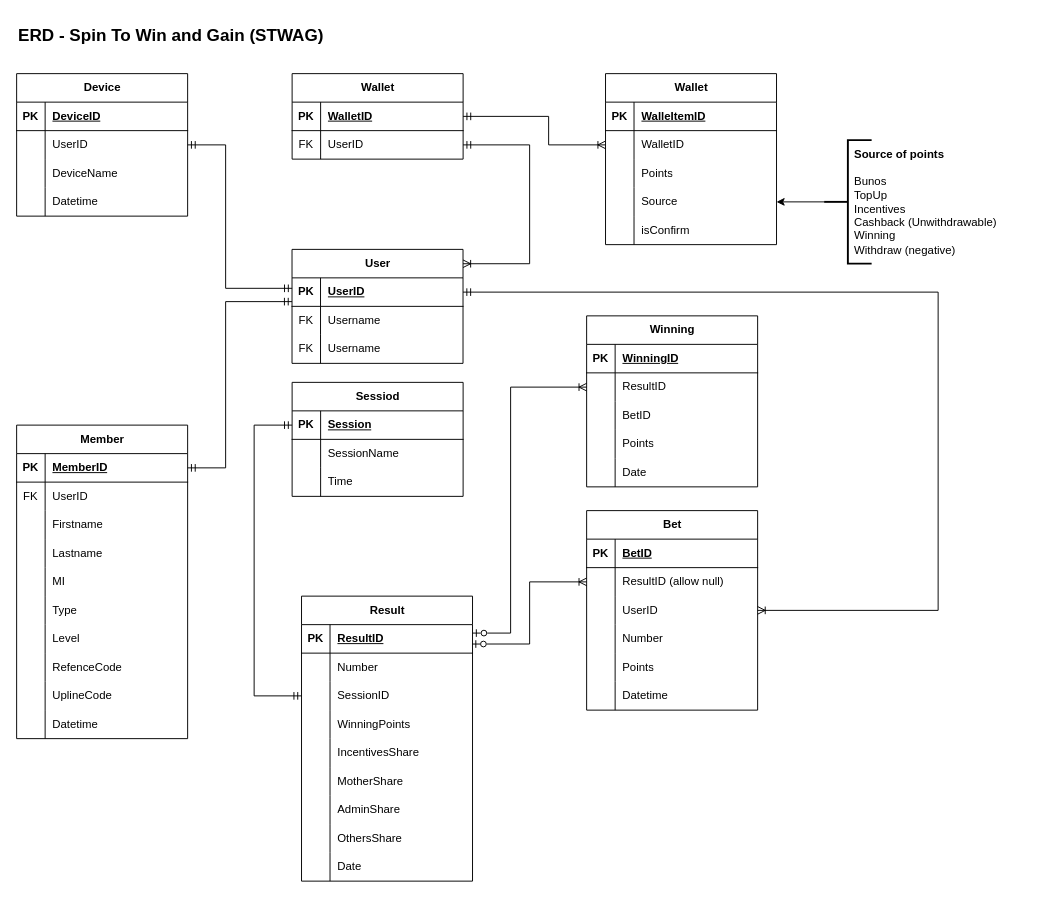
The draw.io diagram STWAG.drawio in ediangca/STWAG, before the edit. Source tidied: cells renumbered, new cells numbered last; positions are measured from the earlier drawing's top-left corner, leaving out a move shared by most shapes. Both pictures are drawn from the tidied source at 95%, with x=0, y=0 at pixel (16, 16).
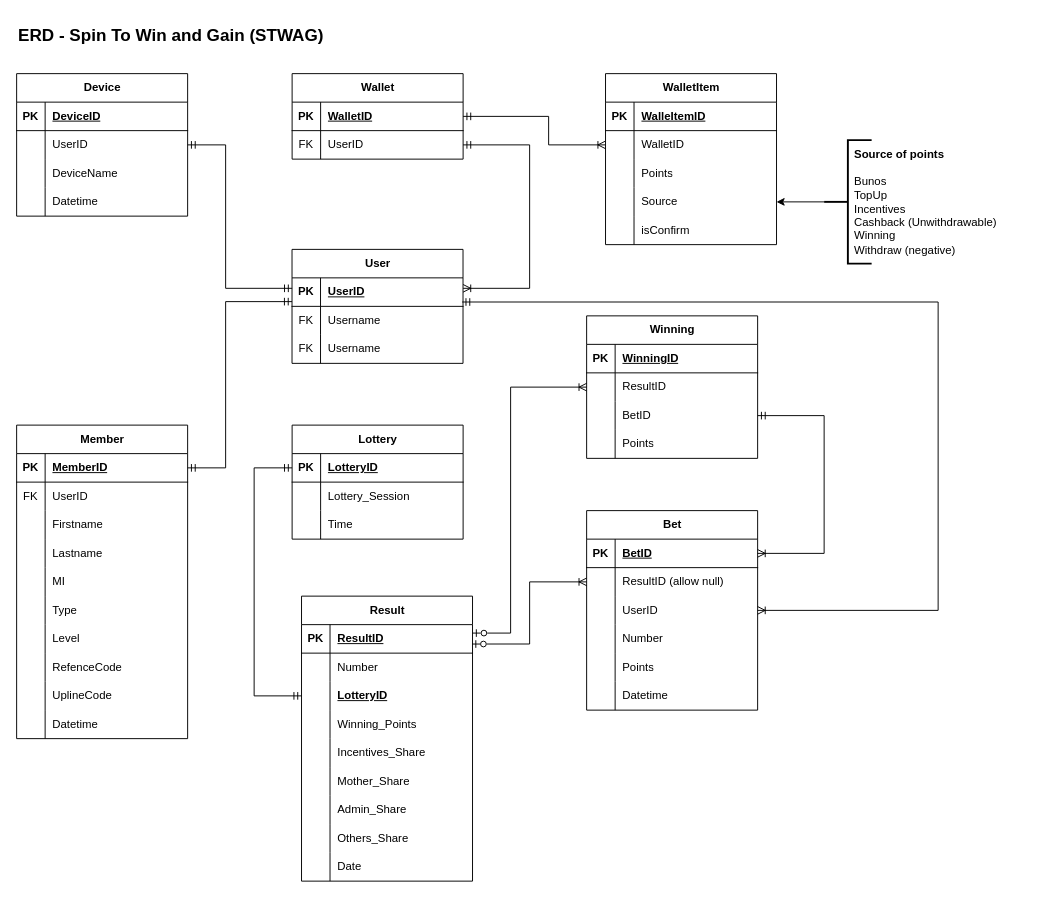
Above is the later version.

The change refers to these unchanged cells:
```xml
<mxCell id="18" value="User" style="shape=table;startSize=30;childLayout=tableLayout;rowLines=0;fontStyle=1;align=center;html=1;" parent="1" vertex="1">
  <mxGeometry x="289.9" y="245" width="180" height="120" as="geometry" />
</mxCell>
<mxCell id="19" style="shape=tableRow;horizontal=0;startSize=0;swimlaneHead=0;swimlaneBody=0;fillColor=none;points=[[0,0.5],[1,0.5]];portConstraint=eastwest;top=0;left=0;right=0;bottom=1;" parent="18" vertex="1">
  <mxGeometry y="30" width="180" height="30" as="geometry" />
</mxCell>
<mxCell id="34" style="shape=tableRow;horizontal=0;startSize=0;swimlaneHead=0;swimlaneBody=0;fillColor=none;points=[[0,0.5],[1,0.5]];portConstraint=eastwest;top=0;left=0;right=0;bottom=0;" parent="30" vertex="1">
  <mxGeometry y="60" width="180" height="30" as="geometry" />
</mxCell>
<mxCell id="94" style="shape=tableRow;horizontal=0;startSize=0;swimlaneHead=0;swimlaneBody=0;fillColor=none;points=[[0,0.5],[1,0.5]];portConstraint=eastwest;top=0;left=0;right=0;bottom=0;" parent="87" vertex="1">
  <mxGeometry y="90" width="180" height="30" as="geometry" />
</mxCell>
<mxCell id="97" style="shape=tableRow;horizontal=0;startSize=0;swimlaneHead=0;swimlaneBody=0;fillColor=none;top=0;left=0;right=0;bottom=0;" parent="87" vertex="1">
  <mxGeometry y="120" width="180" height="30" as="geometry" />
</mxCell>
<mxCell id="100" style="shape=tableRow;horizontal=0;startSize=0;swimlaneHead=0;swimlaneBody=0;fillColor=none;top=0;left=0;right=0;bottom=0;" parent="87" vertex="1">
  <mxGeometry y="150" width="180" height="30" as="geometry" />
</mxCell>
<mxCell id="103" style="shape=tableRow;horizontal=0;startSize=0;swimlaneHead=0;swimlaneBody=0;fillColor=none;top=0;left=0;right=0;bottom=0;" parent="87" vertex="1">
  <mxGeometry y="180" width="180" height="30" as="geometry" />
</mxCell>
<mxCell id="106" style="shape=tableRow;horizontal=0;startSize=0;swimlaneHead=0;swimlaneBody=0;fillColor=none;top=0;left=0;right=0;bottom=0;" parent="87" vertex="1">
  <mxGeometry y="210" width="180" height="30" as="geometry" />
</mxCell>
<mxCell id="109" style="shape=tableRow;horizontal=0;startSize=0;swimlaneHead=0;swimlaneBody=0;fillColor=none;top=0;left=0;right=0;bottom=0;" parent="87" vertex="1">
  <mxGeometry y="240" width="180" height="30" as="geometry" />
</mxCell>
<mxCell id="116" style="shape=tableRow;horizontal=0;startSize=0;swimlaneHead=0;swimlaneBody=0;fillColor=none;points=[[0,0.5],[1,0.5]];portConstraint=eastwest;top=0;left=0;right=0;bottom=1;" parent="115" vertex="1">
  <mxGeometry y="30" width="180" height="30" as="geometry" />
</mxCell>
<mxCell id="119" style="shape=tableRow;horizontal=0;startSize=0;swimlaneHead=0;swimlaneBody=0;fillColor=none;top=0;left=0;right=0;bottom=0;" parent="115" vertex="1">
  <mxGeometry y="60" width="180" height="30" as="geometry" />
</mxCell>
<mxCell id="144" style="shape=tableRow;horizontal=0;startSize=0;swimlaneHead=0;swimlaneBody=0;fillColor=none;points=[[0,0.5],[1,0.5]];portConstraint=eastwest;top=0;left=0;right=0;bottom=1;" parent="143" vertex="1">
  <mxGeometry y="30" width="180" height="30" as="geometry" />
</mxCell>
<mxCell id="150" style="shape=tableRow;horizontal=0;startSize=0;swimlaneHead=0;swimlaneBody=0;fillColor=none;points=[[0,0.5],[1,0.5]];portConstraint=eastwest;top=0;left=0;right=0;bottom=0;" parent="143" vertex="1">
  <mxGeometry y="90" width="180" height="30" as="geometry" />
</mxCell>
```

Diff of the diagram source:
```diff
@@
-    <mxCell id="2" value="Wallet" style="shape=table;startSize=30;childLayout=tableLayout;rowLines=0;fontStyle=1;align=center;html=1;" parent="1" vertex="1">
+    <mxCell id="2" value="WalletItem" style="shape=table;startSize=30;childLayout=tableLayout;rowLines=0;fontStyle=1;align=center;html=1;" parent="1" vertex="1">
       <mxGeometry x="619.9" y="60" width="180" height="180" as="geometry" />
     </mxCell>
@@
-    <mxCell id="37" style="edgeStyle=orthogonalEdgeStyle;fontSize=12;html=1;endArrow=ERoneToMany;startArrow=ERmandOne;rounded=0;fontFamily=Helvetica;fontColor=default;fontStyle=1;exitX=1;exitY=0.5;exitDx=0;exitDy=0;entryX=1;entryY=0.126;entryDx=0;entryDy=0;endFill=0;startFill=0;entryPerimeter=0;" parent="1" edge="1" source="34" target="18">
+    <mxCell id="37" style="edgeStyle=orthogonalEdgeStyle;fontSize=12;html=1;endArrow=ERoneToMany;startArrow=ERmandOne;rounded=0;fontFamily=Helvetica;fontColor=default;fontStyle=1;exitX=1;exitY=0.5;exitDx=0;exitDy=0;endFill=0;startFill=0;" parent="1" edge="1" source="34">
       <mxGeometry relative="1" as="geometry">
+        <mxPoint x="470" y="286" as="targetPoint" />
         <Array as="points">
           <mxPoint x="540" y="135" />
-          <mxPoint x="540" y="260" />
+          <mxPoint x="540" y="286" />
         </Array>
       </mxGeometry>
     </mxCell>
@@
-    <mxCell id="96" value="SessionID" style="shape=partialRectangle;fillColor=none;top=0;left=0;bottom=0;right=0;align=left;spacingLeft=6;overflow=hidden;whiteSpace=wrap;html=1;" parent="94" vertex="1">
+    <mxCell id="96" value="&lt;span style=&quot;font-weight: 700; text-decoration-line: underline;&quot;&gt;LotteryID&lt;/span&gt;" style="shape=partialRectangle;fillColor=none;top=0;left=0;bottom=0;right=0;align=left;spacingLeft=6;overflow=hidden;whiteSpace=wrap;html=1;" parent="94" vertex="1">
       <mxGeometry x="30" width="150" height="30" as="geometry" />
     </mxCell>
@@
-    <mxCell id="99" value="WinningPoints" style="shape=partialRectangle;fillColor=none;top=0;left=0;bottom=0;right=0;align=left;spacingLeft=6;overflow=hidden;whiteSpace=wrap;html=1;" parent="97" vertex="1">
+    <mxCell id="99" value="Winning_Points" style="shape=partialRectangle;fillColor=none;top=0;left=0;bottom=0;right=0;align=left;spacingLeft=6;overflow=hidden;whiteSpace=wrap;html=1;" parent="97" vertex="1">
       <mxGeometry x="30" width="150" height="30" as="geometry" />
     </mxCell>
@@
-    <mxCell id="102" value="IncentivesShare" style="shape=partialRectangle;fillColor=none;top=0;left=0;bottom=0;right=0;align=left;spacingLeft=6;overflow=hidden;whiteSpace=wrap;html=1;" parent="100" vertex="1">
+    <mxCell id="102" value="Incentives_Share" style="shape=partialRectangle;fillColor=none;top=0;left=0;bottom=0;right=0;align=left;spacingLeft=6;overflow=hidden;whiteSpace=wrap;html=1;" parent="100" vertex="1">
       <mxGeometry x="30" width="150" height="30" as="geometry" />
     </mxCell>
@@
-    <mxCell id="105" value="MotherShare" style="shape=partialRectangle;fillColor=none;top=0;left=0;bottom=0;right=0;align=left;spacingLeft=6;overflow=hidden;whiteSpace=wrap;html=1;" parent="103" vertex="1">
+    <mxCell id="105" value="Mother_Share" style="shape=partialRectangle;fillColor=none;top=0;left=0;bottom=0;right=0;align=left;spacingLeft=6;overflow=hidden;whiteSpace=wrap;html=1;" parent="103" vertex="1">
       <mxGeometry x="30" width="150" height="30" as="geometry" />
     </mxCell>
@@
-    <mxCell id="108" value="AdminShare" style="shape=partialRectangle;fillColor=none;top=0;left=0;bottom=0;right=0;align=left;spacingLeft=6;overflow=hidden;whiteSpace=wrap;html=1;" parent="106" vertex="1">
+    <mxCell id="108" value="Admin_Share" style="shape=partialRectangle;fillColor=none;top=0;left=0;bottom=0;right=0;align=left;spacingLeft=6;overflow=hidden;whiteSpace=wrap;html=1;" parent="106" vertex="1">
       <mxGeometry x="30" width="150" height="30" as="geometry" />
     </mxCell>
@@
-    <mxCell id="111" value="OthersShare" style="shape=partialRectangle;fillColor=none;top=0;left=0;bottom=0;right=0;align=left;spacingLeft=6;overflow=hidden;whiteSpace=wrap;html=1;" parent="109" vertex="1">
+    <mxCell id="111" value="Others_Share" style="shape=partialRectangle;fillColor=none;top=0;left=0;bottom=0;right=0;align=left;spacingLeft=6;overflow=hidden;whiteSpace=wrap;html=1;" parent="109" vertex="1">
       <mxGeometry x="30" width="150" height="30" as="geometry" />
     </mxCell>
@@
-    <mxCell id="115" value="Sessiod" style="shape=table;startSize=30;childLayout=tableLayout;rowLines=0;fontStyle=1;align=center;html=1;" parent="1" vertex="1">
-      <mxGeometry x="290" y="385" width="180" height="120" as="geometry" />
+    <mxCell id="115" value="Lottery" style="shape=table;startSize=30;childLayout=tableLayout;rowLines=0;fontStyle=1;align=center;html=1;" parent="1" vertex="1">
+      <mxGeometry x="290" y="430" width="180" height="120" as="geometry" />
     </mxCell>
@@
-    <mxCell id="118" value="Session" style="shape=partialRectangle;fillColor=none;top=0;left=0;bottom=0;right=0;align=left;spacingLeft=6;fontStyle=5;overflow=hidden;whiteSpace=wrap;html=1;" parent="116" vertex="1">
+    <mxCell id="118" value="LotteryID" style="shape=partialRectangle;fillColor=none;top=0;left=0;bottom=0;right=0;align=left;spacingLeft=6;fontStyle=5;overflow=hidden;whiteSpace=wrap;html=1;" parent="116" vertex="1">
       <mxGeometry x="30" width="150" height="30" as="geometry" />
     </mxCell>
@@
-    <mxCell id="121" value="SessionName" style="shape=partialRectangle;fillColor=none;top=0;left=0;bottom=0;right=0;align=left;spacingLeft=6;overflow=hidden;whiteSpace=wrap;html=1;" parent="119" vertex="1">
+    <mxCell id="121" value="Lottery_Session" style="shape=partialRectangle;fillColor=none;top=0;left=0;bottom=0;right=0;align=left;spacingLeft=6;overflow=hidden;whiteSpace=wrap;html=1;" parent="119" vertex="1">
       <mxGeometry x="30" width="150" height="30" as="geometry" />
     </mxCell>
@@
     <mxCell id="125" style="edgeStyle=orthogonalEdgeStyle;fontSize=12;html=1;endArrow=ERmandOne;startArrow=ERmandOne;rounded=0;fontFamily=Helvetica;fontColor=default;fontStyle=1;endFill=0;entryX=0;entryY=0.5;entryDx=0;entryDy=0;exitX=0;exitY=0.5;exitDx=0;exitDy=0;" parent="1" edge="1" source="116" target="94">
       <mxGeometry relative="1" as="geometry">
         <Array as="points">
-          <mxPoint x="250" y="430" />
+          <mxPoint x="250" y="475" />
           <mxPoint x="250" y="715" />
         </Array>
       </mxGeometry>
     </mxCell>
     <mxCell id="126" value="Winning" style="shape=table;startSize=30;childLayout=tableLayout;rowLines=0;fontStyle=1;align=center;html=1;" parent="1" vertex="1">
-      <mxGeometry x="600" y="315" width="180" height="180" as="geometry" />
+      <mxGeometry x="600" y="315" width="180" height="150" as="geometry" />
     </mxCell>
@@
-    <mxCell id="139" style="shape=tableRow;horizontal=0;startSize=0;swimlaneHead=0;swimlaneBody=0;fillColor=none;top=0;left=0;right=0;bottom=0;" parent="126" vertex="1">
-      <mxGeometry y="150" width="180" height="30" as="geometry" />
-    </mxCell>
-    <mxCell id="140" style="shape=partialRectangle;fillColor=none;top=0;left=0;bottom=0;right=0;overflow=hidden;whiteSpace=wrap;html=1;" parent="139" vertex="1">
-      <mxGeometry width="30" height="30" as="geometry" />
-    </mxCell>
-    <mxCell id="141" value="Date" style="shape=partialRectangle;fillColor=none;top=0;left=0;bottom=0;right=0;align=left;spacingLeft=6;overflow=hidden;whiteSpace=wrap;html=1;" parent="139" vertex="1">
-      <mxGeometry x="30" width="150" height="30" as="geometry" />
-    </mxCell>
@@
-    <mxCell id="163" style="edgeStyle=orthogonalEdgeStyle;fontSize=12;html=1;endArrow=ERmandOne;startArrow=ERoneToMany;rounded=0;fontFamily=Helvetica;fontColor=default;fontStyle=1;endFill=0;entryX=1;entryY=0.5;entryDx=0;entryDy=0;exitX=1;exitY=0.5;exitDx=0;exitDy=0;startFill=0;" parent="1" edge="1" source="150" target="19">
+    <mxCell id="163" style="edgeStyle=orthogonalEdgeStyle;fontSize=12;html=1;endArrow=ERmandOne;startArrow=ERoneToMany;rounded=0;fontFamily=Helvetica;fontColor=default;fontStyle=1;endFill=0;entryX=0.995;entryY=0.847;entryDx=0;entryDy=0;exitX=1;exitY=0.5;exitDx=0;exitDy=0;startFill=0;entryPerimeter=0;" parent="1" edge="1" source="150" target="19">
       <mxGeometry relative="1" as="geometry">
         <Array as="points">
           <mxPoint x="970" y="625" />
-          <mxPoint x="970" y="290" />
+          <mxPoint x="970" y="300" />
+          <mxPoint x="469" y="300" />
         </Array>
       </mxGeometry>
     </mxCell>
+    <mxCell id="164" style="edgeStyle=orthogonalEdgeStyle;fontSize=12;html=1;endArrow=ERmandOne;startArrow=ERoneToMany;rounded=0;fontFamily=Helvetica;fontColor=default;fontStyle=1;endFill=0;exitX=1;exitY=0.5;exitDx=0;exitDy=0;startFill=0;" parent="1" edge="1" source="144">
+      <mxGeometry relative="1" as="geometry">
+        <mxPoint x="780" y="420" as="targetPoint" />
+        <Array as="points">
+          <mxPoint x="850" y="565" />
+          <mxPoint x="850" y="420" />
+        </Array>
+      </mxGeometry>
+    </mxCell>
```
